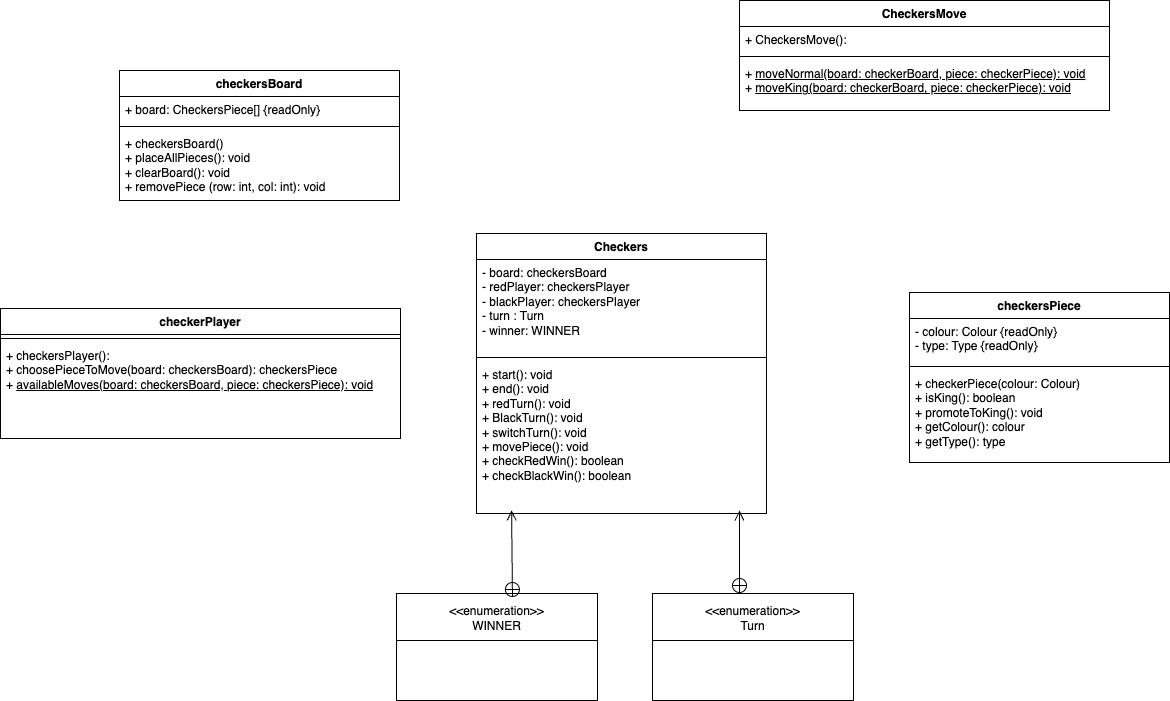
SarimEkram/Multiplayer-Board-platform keeps this draw.io diagram as iteration1_deliverables/class_structure_diagrams/checkers_class_diagram.png. Above is the earlier version. Source tidied: cells renumbered, new cells last; positions are measured from the earlier drawing's top-left corner, leaving out a move shared by most shapes.
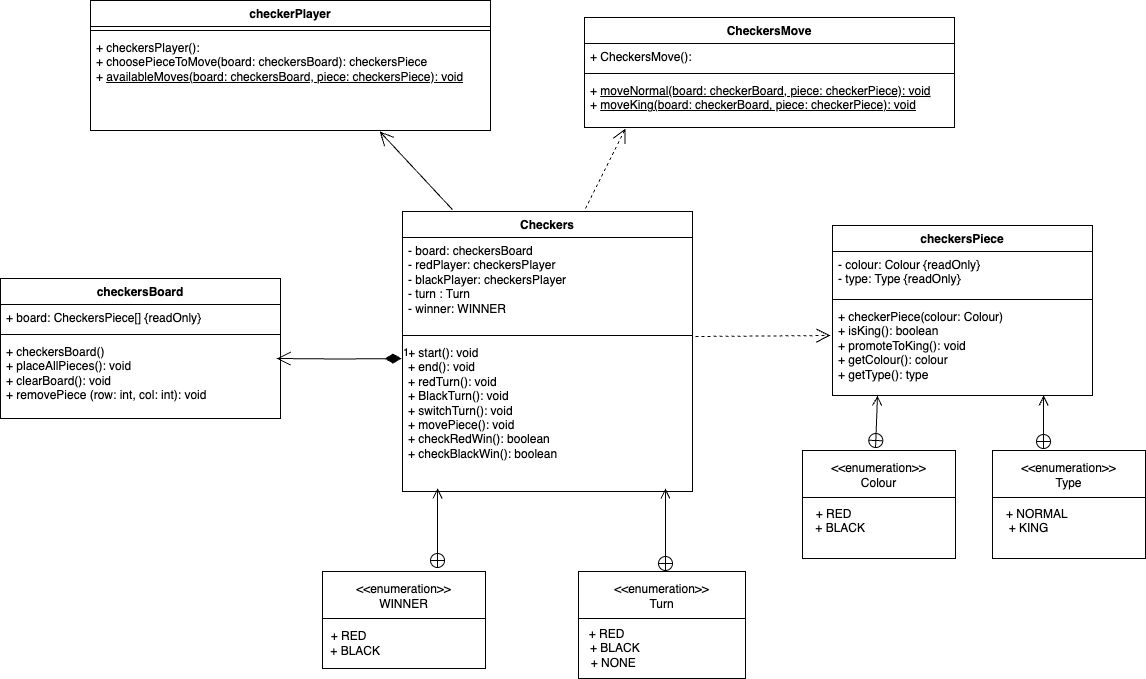
Later version of the same file.

Commit message:
class diagram for checkers added relationship in the classes

What changed in the source:
```diff
@@ -14,20 +14,8 @@
     <mxCell id="5" value="+ start(): void&lt;div&gt;+ end(): void&lt;/div&gt;&lt;div&gt;+ redTurn(): void&lt;/div&gt;&lt;div&gt;+ BlackTurn(): void&lt;/div&gt;&lt;div&gt;+ switchTurn(): void&lt;/div&gt;&lt;div&gt;+ movePiece(): void&lt;/div&gt;&lt;div&gt;+ checkRedWin(): boolean&lt;/div&gt;&lt;div&gt;+ checkBlackWin(): boolean&lt;/div&gt;" style="text;strokeColor=none;fillColor=none;align=left;verticalAlign=top;spacingLeft=4;spacingRight=4;overflow=hidden;points=[[0,0.5],[1,0.5]];portConstraint=eastwest;whiteSpace=wrap;html=1;" parent="2" vertex="1">
       <mxGeometry y="128" width="290" height="152" as="geometry" />
     </mxCell>
-    <mxCell id="6" value="checkersBoard" style="swimlane;fontStyle=1;align=center;verticalAlign=top;horizontal=1;startSize=26;whiteSpace=wrap;html=1;" parent="1" vertex="1">
-      <mxGeometry x="119" y="70" width="280" height="130" as="geometry" />
-    </mxCell>
-    <mxCell id="7" value="+ board: CheckersPiece[] {readOnly}" style="text;strokeColor=none;fillColor=none;align=left;verticalAlign=top;spacingLeft=4;spacingRight=4;overflow=hidden;whiteSpace=wrap;html=1;" parent="6" vertex="1">
-      <mxGeometry y="26" width="280" height="26" as="geometry" />
-    </mxCell>
-    <mxCell id="8" style="line;strokeWidth=1;fillColor=none;align=left;verticalAlign=middle;spacingTop=-1;spacingLeft=3;spacingRight=3;labelPosition=right;strokeColor=inherit;" parent="6" vertex="1">
-      <mxGeometry y="52" width="280" height="8" as="geometry" />
-    </mxCell>
-    <mxCell id="9" value="&lt;div&gt;+ checkersBoard()&lt;/div&gt;&lt;div&gt;+ placeAllPieces(): void&lt;/div&gt;&lt;div&gt;+ clearBoard(): void&lt;/div&gt;&lt;div&gt;+ removePiece (row: int, col: int): void&lt;br&gt;&lt;div&gt;&lt;br&gt;&lt;/div&gt;&lt;/div&gt;" style="text;strokeColor=none;fillColor=none;align=left;verticalAlign=top;spacingLeft=4;spacingRight=4;overflow=hidden;points=[[0,0.5],[1,0.5]];portConstraint=eastwest;whiteSpace=wrap;html=1;" parent="6" vertex="1">
-      <mxGeometry y="60" width="280" height="70" as="geometry" />
-    </mxCell>
     <mxCell id="10" value="checkerPlayer" style="swimlane;fontStyle=1;align=center;verticalAlign=top;horizontal=1;startSize=26;whiteSpace=wrap;html=1;" parent="1" vertex="1">
-      <mxGeometry y="308" width="400" height="130" as="geometry" />
+      <mxGeometry x="164" y="22" width="400" height="130" as="geometry" />
     </mxCell>
     <mxCell id="11" style="line;strokeWidth=1;fillColor=none;align=left;verticalAlign=middle;spacingTop=-1;spacingLeft=3;spacingRight=3;labelPosition=right;strokeColor=inherit;" parent="10" vertex="1">
       <mxGeometry y="26" width="400" height="8" as="geometry" />
@@ -36,7 +24,7 @@
       <mxGeometry y="34" width="400" height="96" as="geometry" />
     </mxCell>
     <mxCell id="13" value="checkersPiece" style="swimlane;fontStyle=1;align=center;verticalAlign=top;horizontal=1;startSize=26;whiteSpace=wrap;html=1;" parent="1" vertex="1">
-      <mxGeometry x="909" y="292" width="260" height="170" as="geometry" />
+      <mxGeometry x="906" y="247" width="260" height="170" as="geometry" />
     </mxCell>
     <mxCell id="14" value="- colour: Colour {readOnly}&lt;div&gt;- type: Type {readOnly}&lt;/div&gt;" style="text;strokeColor=none;fillColor=none;align=left;verticalAlign=top;spacingLeft=4;spacingRight=4;overflow=hidden;whiteSpace=wrap;html=1;" parent="13" vertex="1">
       <mxGeometry y="26" width="260" height="44" as="geometry" />
@@ -48,19 +36,21 @@
       <mxGeometry y="78" width="260" height="92" as="geometry" />
     </mxCell>
     <mxCell id="17" value="&amp;lt;&amp;lt;enumeration&amp;gt;&amp;gt;&lt;div&gt;WINNER&lt;/div&gt;" style="rounded=0;whiteSpace=wrap;html=1;" parent="1" vertex="1">
-      <mxGeometry x="396" y="593" width="201" height="50" as="geometry" />
+      <mxGeometry x="396" y="593" width="163" height="50" as="geometry" />
     </mxCell>
-    <mxCell id="18" style="rounded=0;whiteSpace=wrap;html=1;" parent="1" vertex="1">
-      <mxGeometry x="396" y="640" width="201" height="60" as="geometry" />
+    <mxCell id="18" value="+ RED&amp;nbsp; &amp;nbsp; &amp;nbsp; &amp;nbsp; &amp;nbsp; &amp;nbsp; &amp;nbsp; &amp;nbsp; &amp;nbsp; &amp;nbsp; &amp;nbsp; &amp;nbsp; &amp;nbsp; &amp;nbsp; &amp;nbsp; &amp;nbsp; &amp;nbsp;&lt;div&gt;+ BLACK&amp;nbsp; &amp;nbsp; &amp;nbsp; &amp;nbsp; &amp;nbsp; &amp;nbsp; &amp;nbsp; &amp;nbsp; &amp;nbsp; &amp;nbsp; &amp;nbsp; &amp;nbsp; &amp;nbsp; &amp;nbsp; &amp;nbsp;&lt;/div&gt;" style="rounded=0;whiteSpace=wrap;html=1;" parent="1" vertex="1">
+      <mxGeometry x="396" y="640" width="163" height="50" as="geometry" />
     </mxCell>
     <mxCell id="19" value="&amp;lt;&amp;lt;enumeration&amp;gt;&amp;gt;&lt;div&gt;Turn&lt;/div&gt;" style="rounded=0;whiteSpace=wrap;html=1;" parent="1" vertex="1">
-      <mxGeometry x="652" y="593" width="201" height="50" as="geometry" />
+      <mxGeometry x="652" y="593" width="167" height="50" as="geometry" />
     </mxCell>
-    <mxCell id="20" style="rounded=0;whiteSpace=wrap;html=1;" parent="1" vertex="1">
-      <mxGeometry x="652" y="640" width="201" height="60" as="geometry" />
+    <mxCell id="20" value="+ RED&amp;nbsp; &amp;nbsp; &amp;nbsp; &amp;nbsp; &amp;nbsp; &amp;nbsp; &amp;nbsp; &amp;nbsp; &amp;nbsp; &amp;nbsp; &amp;nbsp; &amp;nbsp; &amp;nbsp; &amp;nbsp; &amp;nbsp; &amp;nbsp; &amp;nbsp;&lt;div&gt;&amp;nbsp; + BLACK&amp;nbsp; &amp;nbsp; &amp;nbsp; &amp;nbsp; &amp;nbsp; &amp;nbsp; &amp;nbsp; &amp;nbsp; &amp;nbsp; &amp;nbsp; &amp;nbsp; &amp;nbsp; &amp;nbsp; &amp;nbsp; &amp;nbsp;&amp;nbsp;&lt;/div&gt;&lt;div&gt;+ NONE&amp;nbsp; &amp;nbsp; &amp;nbsp; &amp;nbsp; &amp;nbsp; &amp;nbsp; &amp;nbsp; &amp;nbsp; &amp;nbsp; &amp;nbsp; &amp;nbsp; &amp;nbsp; &amp;nbsp; &amp;nbsp; &amp;nbsp;&lt;/div&gt;" style="rounded=0;whiteSpace=wrap;html=1;" parent="1" vertex="1">
+      <mxGeometry x="652" y="640" width="167" height="60" as="geometry" />
     </mxCell>
-    <mxCell id="21" style="endArrow=open;startArrow=circlePlus;endFill=0;startFill=0;endSize=8;html=1;rounded=0;exitX=0.577;exitY=0.08;exitDx=0;exitDy=0;exitPerimeter=0;entryX=0.121;entryY=0.98;entryDx=0;entryDy=0;entryPerimeter=0;" parent="1" edge="1" source="17" target="5">
-      <mxGeometry relative="1" as="geometry" />
+    <mxCell id="21" style="endArrow=open;startArrow=circlePlus;endFill=0;startFill=0;endSize=8;html=1;rounded=0;entryX=0.121;entryY=0.98;entryDx=0;entryDy=0;entryPerimeter=0;" parent="1" edge="1" target="5">
+      <mxGeometry relative="1" as="geometry">
+        <mxPoint x="511" y="590" as="sourcePoint" />
+      </mxGeometry>
     </mxCell>
     <mxCell id="22" style="endArrow=open;startArrow=circlePlus;endFill=0;startFill=0;endSize=8;html=1;rounded=0;entryX=0.907;entryY=0.98;entryDx=0;entryDy=0;entryPerimeter=0;" parent="1" edge="1" target="5">
       <mxGeometry relative="1" as="geometry">
@@ -68,7 +58,7 @@
       </mxGeometry>
     </mxCell>
     <mxCell id="23" value="CheckersMove" style="swimlane;fontStyle=1;align=center;verticalAlign=top;horizontal=1;startSize=26;whiteSpace=wrap;html=1;" parent="1" vertex="1">
-      <mxGeometry x="739" width="370" height="110" as="geometry" />
+      <mxGeometry x="658" y="39" width="370" height="110" as="geometry" />
     </mxCell>
     <mxCell id="24" value="+ CheckersMove():" style="text;strokeColor=none;fillColor=none;align=left;verticalAlign=top;spacingLeft=4;spacingRight=4;overflow=hidden;whiteSpace=wrap;html=1;" parent="23" vertex="1">
       <mxGeometry y="26" width="370" height="26" as="geometry" />
@@ -79,5 +69,60 @@
     <mxCell id="26" value="&lt;div&gt;&lt;span style=&quot;background-color: transparent; color: light-dark(rgb(0, 0, 0), rgb(255, 255, 255));&quot;&gt;+&amp;nbsp;&lt;/span&gt;&lt;u style=&quot;background-color: transparent; color: light-dark(rgb(0, 0, 0), rgb(255, 255, 255));&quot;&gt;moveNormal(board: checkerBoard, piece: checkerPiece): void&lt;/u&gt;&lt;/div&gt;&lt;div&gt;+&amp;nbsp;&lt;u&gt;moveKing(board: checkerBoard, piece: checkerPiece): void&lt;/u&gt;&lt;/div&gt;" style="text;strokeColor=none;fillColor=none;align=left;verticalAlign=top;spacingLeft=4;spacingRight=4;overflow=hidden;whiteSpace=wrap;html=1;" parent="23" vertex="1">
       <mxGeometry y="60" width="370" height="50" as="geometry" />
     </mxCell>
+    <mxCell id="27" value="&amp;lt;&amp;lt;enumeration&amp;gt;&amp;gt;&lt;div&gt;Colour&lt;/div&gt;" style="rounded=0;whiteSpace=wrap;html=1;" parent="1" vertex="1">
+      <mxGeometry x="876" y="472" width="153" height="50" as="geometry" />
+    </mxCell>
+    <mxCell id="28" value="&lt;div&gt;&lt;br&gt;&lt;/div&gt;+ RED&amp;nbsp; &amp;nbsp; &amp;nbsp; &amp;nbsp; &amp;nbsp; &amp;nbsp; &amp;nbsp; &amp;nbsp; &amp;nbsp; &amp;nbsp; &amp;nbsp; &amp;nbsp; &amp;nbsp; &amp;nbsp;&lt;br&gt;&lt;div&gt;&lt;span style=&quot;background-color: transparent; color: light-dark(rgb(0, 0, 0), rgb(255, 255, 255));&quot;&gt;+ BLACK&lt;/span&gt;&amp;nbsp; &amp;nbsp; &amp;nbsp; &amp;nbsp; &amp;nbsp; &amp;nbsp; &amp;nbsp; &amp;nbsp; &amp;nbsp; &amp;nbsp; &amp;nbsp; &amp;nbsp;&lt;div&gt;&lt;div&gt;&lt;br&gt;&lt;/div&gt;&lt;div&gt;&lt;br&gt;&lt;/div&gt;&lt;/div&gt;&lt;/div&gt;" style="rounded=0;whiteSpace=wrap;html=1;" parent="1" vertex="1">
+      <mxGeometry x="876" y="519" width="153" height="61" as="geometry" />
+    </mxCell>
+    <mxCell id="29" value="&amp;lt;&amp;lt;enumeration&amp;gt;&amp;gt;&lt;div&gt;Type&lt;/div&gt;" style="rounded=0;whiteSpace=wrap;html=1;" parent="1" vertex="1">
+      <mxGeometry x="1066" y="472" width="153" height="50" as="geometry" />
+    </mxCell>
+    <mxCell id="30" value="+ NORMAL&amp;nbsp; &amp;nbsp; &amp;nbsp; &amp;nbsp; &amp;nbsp; &amp;nbsp; &amp;nbsp; &amp;nbsp; &amp;nbsp; &amp;nbsp;&lt;div&gt;&lt;span style=&quot;background-color: transparent; color: light-dark(rgb(0, 0, 0), rgb(255, 255, 255));&quot;&gt;&amp;nbsp;+ KING&amp;nbsp; &amp;nbsp; &amp;nbsp; &amp;nbsp; &amp;nbsp; &amp;nbsp; &amp;nbsp; &amp;nbsp; &amp;nbsp; &amp;nbsp; &amp;nbsp; &amp;nbsp; &amp;nbsp;&lt;/span&gt;&lt;div&gt;&lt;br&gt;&lt;/div&gt;&lt;/div&gt;" style="rounded=0;whiteSpace=wrap;html=1;" parent="1" vertex="1">
+      <mxGeometry x="1066" y="519" width="153" height="61" as="geometry" />
+    </mxCell>
+    <mxCell id="31" style="endArrow=open;startArrow=circlePlus;endFill=0;startFill=0;endSize=8;html=1;rounded=0;" parent="1" edge="1">
+      <mxGeometry relative="1" as="geometry">
+        <mxPoint x="949" y="470" as="sourcePoint" />
+        <mxPoint x="951" y="417" as="targetPoint" />
+      </mxGeometry>
+    </mxCell>
+    <mxCell id="32" style="endArrow=open;startArrow=circlePlus;endFill=0;startFill=0;endSize=8;html=1;rounded=0;entryX=0.812;entryY=0.989;entryDx=0;entryDy=0;entryPerimeter=0;" parent="1" edge="1">
+      <mxGeometry relative="1" as="geometry">
+        <mxPoint x="1117" y="471" as="sourcePoint" />
+        <mxPoint x="1117.1" y="417" as="targetPoint" />
+      </mxGeometry>
+    </mxCell>
+    <mxCell id="33" style="endArrow=open;endSize=12;dashed=1;html=1;rounded=0;entryX=-0.008;entryY=0.348;entryDx=0;entryDy=0;entryPerimeter=0;" parent="1" edge="1" target="16">
+      <mxGeometry relative="1" as="geometry">
+        <mxPoint x="769" y="358" as="sourcePoint" />
+      </mxGeometry>
+    </mxCell>
+    <mxCell id="34" style="endArrow=open;endSize=12;dashed=1;html=1;rounded=0;" parent="1" edge="1">
+      <mxGeometry relative="1" as="geometry">
+        <mxPoint x="659" y="230" as="sourcePoint" />
+        <mxPoint x="699" y="150" as="targetPoint" />
+      </mxGeometry>
+    </mxCell>
+    <mxCell id="35" style="endArrow=open;endFill=1;endSize=12;html=1;rounded=0;entryX=0.723;entryY=1.01;entryDx=0;entryDy=0;entryPerimeter=0;exitX=0.172;exitY=-0.007;exitDx=0;exitDy=0;exitPerimeter=0;" parent="1" edge="1" source="2" target="12">
+      <mxGeometry relative="1" as="geometry" />
+    </mxCell>
+    <mxCell id="6" value="checkersBoard" style="swimlane;fontStyle=1;align=center;verticalAlign=top;horizontal=1;startSize=26;whiteSpace=wrap;html=1;" parent="1" vertex="1">
+      <mxGeometry x="74" y="300" width="280" height="140" as="geometry" />
+    </mxCell>
+    <mxCell id="7" value="+ board: CheckersPiece[] {readOnly}" style="text;strokeColor=none;fillColor=none;align=left;verticalAlign=top;spacingLeft=4;spacingRight=4;overflow=hidden;whiteSpace=wrap;html=1;" parent="6" vertex="1">
+      <mxGeometry y="26" width="280" height="26" as="geometry" />
+    </mxCell>
+    <mxCell id="8" style="line;strokeWidth=1;fillColor=none;align=left;verticalAlign=middle;spacingTop=-1;spacingLeft=3;spacingRight=3;labelPosition=right;strokeColor=inherit;" parent="6" vertex="1">
+      <mxGeometry y="52" width="280" height="8" as="geometry" />
+    </mxCell>
+    <mxCell id="9" value="&lt;div&gt;&lt;span style=&quot;background-color: transparent; color: light-dark(rgb(0, 0, 0), rgb(255, 255, 255));&quot;&gt;+ checkersBoard()&lt;/span&gt;&lt;/div&gt;&lt;div&gt;+ placeAllPieces(): void&lt;/div&gt;&lt;div&gt;+ clearBoard(): void&lt;/div&gt;&lt;div&gt;+ removePiece (row: int, col: int): void&lt;br&gt;&lt;div&gt;&lt;br&gt;&lt;/div&gt;&lt;/div&gt;" style="text;strokeColor=none;fillColor=none;align=left;verticalAlign=top;spacingLeft=4;spacingRight=4;overflow=hidden;points=[[0,0.5],[1,0.5]];portConstraint=eastwest;whiteSpace=wrap;html=1;" parent="6" vertex="1">
+      <mxGeometry y="60" width="280" height="80" as="geometry" />
+    </mxCell>
+    <mxCell id="36" value="1" style="endArrow=open;html=1;endSize=12;startArrow=diamondThin;startSize=14;startFill=1;edgeStyle=orthogonalEdgeStyle;align=left;verticalAlign=bottom;rounded=0;entryX=0.986;entryY=0.25;entryDx=0;entryDy=0;entryPerimeter=0;" parent="1" edge="1" target="9">
+      <mxGeometry x="-1" y="3" relative="1" as="geometry">
+        <mxPoint x="475" y="380" as="sourcePoint" />
+      </mxGeometry>
+    </mxCell>
   </root>
 </mxGraphModel>
```
